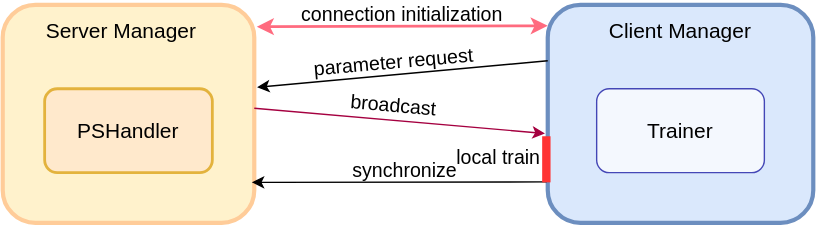
Above: docs/imgs/fedlab-asynchronous.svg in SMILELab-FL/FedLab (draw.io), before the change. Source tidied: cells renumbered, new cells last; positions are measured from the earlier drawing's top-left corner, leaving out a move shared by most shapes. Its diagram source:
```xml
<mxGraphModel>
  <root>
    <mxCell id="0" />
    <mxCell id="1" parent="0" />
    <mxCell id="2" value="&lt;font style=&quot;font-size: 14px&quot;&gt;local train&lt;/font&gt;" style="text;html=1;strokeColor=none;fillColor=none;align=center;verticalAlign=middle;whiteSpace=wrap;rounded=0;" parent="1" vertex="1">
      <mxGeometry x="310" y="102" width="90" height="20" as="geometry" />
    </mxCell>
    <mxCell id="3" style="rounded=1;whiteSpace=wrap;html=1;fillColor=#fff2cc;strokeColor=#FFCC99;strokeWidth=3;" parent="1" vertex="1">
      <mxGeometry y="3" width="180" height="156" as="geometry" />
    </mxCell>
    <mxCell id="4" value="&lt;font style=&quot;font-size: 15px&quot;&gt;Server Manager&lt;/font&gt;" style="text;html=1;strokeColor=none;fillColor=none;align=center;verticalAlign=middle;whiteSpace=wrap;rounded=0;" parent="1" vertex="1">
      <mxGeometry x="20" y="11" width="130" height="20" as="geometry" />
    </mxCell>
    <mxCell id="5" style="rounded=1;whiteSpace=wrap;html=1;fillColor=#dae8fc;strokeColor=#6c8ebf;strokeWidth=3;" parent="1" vertex="1">
      <mxGeometry x="390" y="3" width="190" height="156" as="geometry" />
    </mxCell>
    <mxCell id="6" value="&lt;font style=&quot;font-size: 15px&quot;&gt;Client Manager&lt;/font&gt;" style="text;html=1;strokeColor=none;fillColor=none;align=center;verticalAlign=middle;whiteSpace=wrap;rounded=1;" parent="1" vertex="1">
      <mxGeometry x="390" y="11" width="190" height="20" as="geometry" />
    </mxCell>
    <mxCell id="7" style="endArrow=classic;html=1;fillColor=#d80073;strokeColor=#A50040;exitX=1;exitY=0.5;exitDx=0;exitDy=0;" parent="1" edge="1">
      <mxGeometry relative="1" as="geometry">
        <mxPoint x="180" y="77" as="sourcePoint" />
        <mxPoint x="388" y="95" as="targetPoint" />
      </mxGeometry>
    </mxCell>
    <mxCell id="8" style="endArrow=classic;html=1;exitX=-0.004;exitY=0.812;exitDx=0;exitDy=0;entryX=0.99;entryY=0.814;entryDx=0;entryDy=0;entryPerimeter=0;exitPerimeter=0;" parent="1" edge="1" source="5" target="3">
      <mxGeometry relative="1" as="geometry" />
    </mxCell>
    <mxCell id="9" value="&lt;font style=&quot;font-size: 14px&quot;&gt;synchronize&lt;/font&gt;" style="text;html=1;strokeColor=none;fillColor=none;align=center;verticalAlign=middle;whiteSpace=wrap;rounded=0;shadow=0;glass=0;dashed=1;sketch=0;opacity=70;" parent="1" vertex="1">
      <mxGeometry x="243" y="112" width="90" height="20" as="geometry" />
    </mxCell>
    <mxCell id="10" value="&lt;font style=&quot;font-size: 15px&quot;&gt;PSHandler&lt;/font&gt;" style="rounded=1;whiteSpace=wrap;html=1;shadow=0;glass=0;sketch=0;strokeColor=#d79b00;fillColor=#ffe6cc;opacity=70;strokeWidth=2;" parent="1" vertex="1">
      <mxGeometry x="30" y="63" width="120" height="60" as="geometry" />
    </mxCell>
    <mxCell id="11" value="&lt;font style=&quot;font-size: 15px&quot;&gt;Trainer&lt;/font&gt;" style="rounded=1;whiteSpace=wrap;html=1;shadow=0;glass=0;sketch=0;opacity=70;strokeColor=#000099;" parent="1" vertex="1">
      <mxGeometry x="425" y="63" width="120" height="60" as="geometry" />
    </mxCell>
    <mxCell id="12" value="&lt;font style=&quot;font-size: 14px&quot;&gt;connection initialization&lt;/font&gt;" style="text;html=1;strokeColor=none;fillColor=none;align=center;verticalAlign=middle;whiteSpace=wrap;rounded=0;" parent="1" vertex="1">
      <mxGeometry x="201" width="170" height="20" as="geometry" />
    </mxCell>
    <mxCell id="13" style="endArrow=classic;startArrow=classic;html=1;entryX=0;entryY=0.25;entryDx=0;entryDy=0;exitX=1.01;exitY=0.087;exitDx=0;exitDy=0;exitPerimeter=0;fillColor=#d80073;strokeWidth=2;strokeColor=#FF6B7F;" parent="1" edge="1">
      <mxGeometry relative="1" as="geometry">
        <mxPoint x="181.8" y="18.6" as="sourcePoint" />
        <mxPoint x="390" y="18" as="targetPoint" />
      </mxGeometry>
    </mxCell>
    <mxCell id="14" value="&lt;font style=&quot;font-size: 14px&quot;&gt;broadcast&lt;/font&gt;" style="text;html=1;strokeColor=none;fillColor=none;align=center;verticalAlign=middle;whiteSpace=wrap;rounded=0;rotation=5;" parent="1" vertex="1">
      <mxGeometry x="240" y="65" width="80" height="20" as="geometry" />
    </mxCell>
    <mxCell id="15" style="endArrow=none;html=1;strokeWidth=6;strokeColor=#FF3333;" parent="1" edge="1">
      <mxGeometry relative="1" as="geometry">
        <mxPoint x="389" y="130" as="sourcePoint" />
        <mxPoint x="389" y="97" as="targetPoint" />
      </mxGeometry>
    </mxCell>
    <mxCell id="16" style="endArrow=classic;html=1;exitX=0;exitY=0.25;exitDx=0;exitDy=0;" parent="1" edge="1">
      <mxGeometry x="292" y="253.9" as="geometry">
        <mxPoint x="390" y="43" as="sourcePoint" />
        <mxPoint x="182" y="62" as="targetPoint" />
      </mxGeometry>
    </mxCell>
    <mxCell id="17" value="&lt;font style=&quot;font-size: 14px&quot;&gt;parameter request&lt;/font&gt;" style="text;html=1;strokeColor=none;fillColor=none;align=center;verticalAlign=middle;whiteSpace=wrap;rounded=0;rotation=-5;" parent="1" vertex="1">
      <mxGeometry x="210" y="34" width="140" height="20" as="geometry" />
    </mxCell>
  </root>
</mxGraphModel>
```
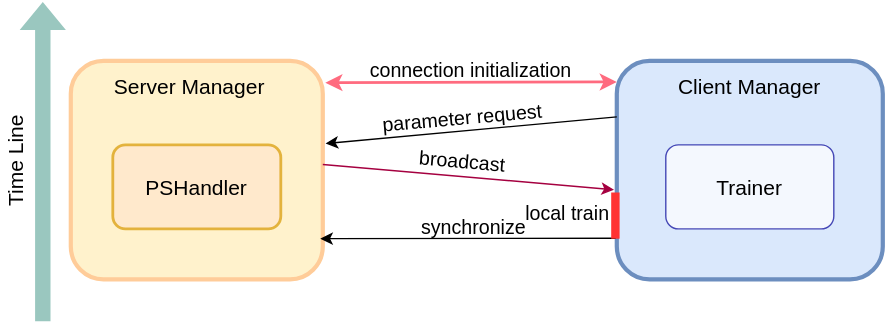
After the commit.

Change to the diagram source:
```diff
@@ -62,5 +62,14 @@
     <mxCell id="17" value="&lt;font style=&quot;font-size: 14px&quot;&gt;parameter request&lt;/font&gt;" style="text;html=1;strokeColor=none;fillColor=none;align=center;verticalAlign=middle;whiteSpace=wrap;rounded=0;rotation=-5;" parent="1" vertex="1">
       <mxGeometry x="210" y="34" width="140" height="20" as="geometry" />
     </mxCell>
+    <mxCell id="18" style="shape=flexArrow;endArrow=classic;html=1;fontColor=#000000;strokeWidth=2;strokeColor=none;fillColor=#9AC7BF;" parent="1" edge="1">
+      <mxGeometry relative="1" as="geometry">
+        <mxPoint x="-20" y="190" as="sourcePoint" />
+        <mxPoint x="-20" y="-40" as="targetPoint" />
+      </mxGeometry>
+    </mxCell>
+    <mxCell id="19" value="Time Line" style="text;html=1;align=center;verticalAlign=middle;fillColor=none;strokeColor=none;rounded=0;fontColor=#000000;fontSize=15;rotation=-90;" parent="1" vertex="1">
+      <mxGeometry x="-80" y="65" width="80" height="20" as="geometry" />
+    </mxCell>
   </root>
 </mxGraphModel>
```
